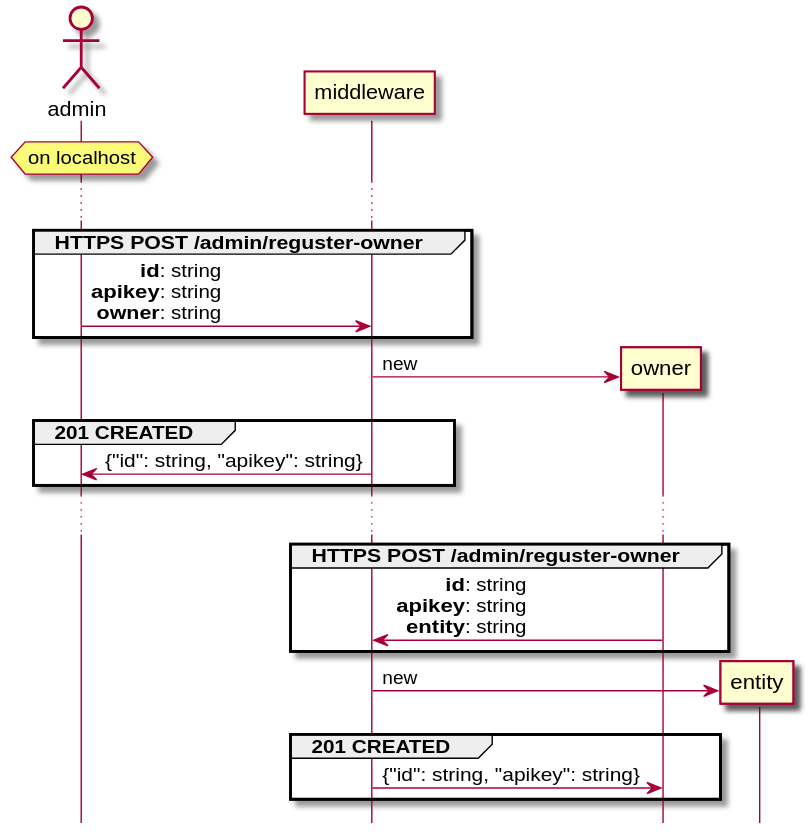
This is DOCS/register.svg from rbccps-iisc/corinthian, a PlantUML export, as it was before one commit.
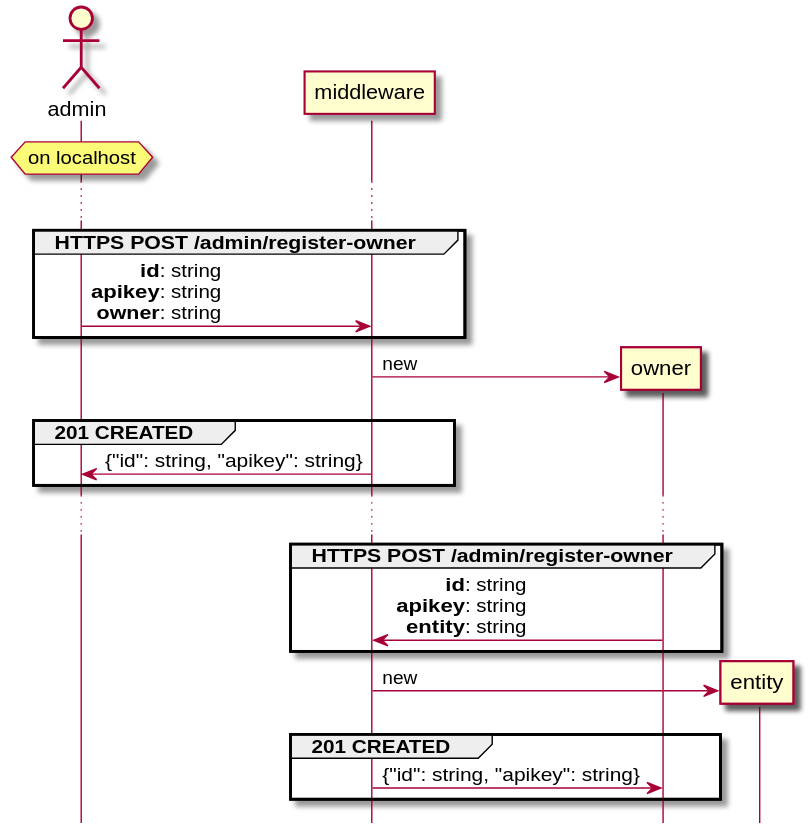
The same file after the commit.

What changed in the source:
```diff
@@ -5,7 +5,7 @@
 hnote over admin : on localhost
 ...
 
-group HTTPS POST /admin/reguster-owner
+group HTTPS POST /admin/register-owner
 admin -> middleware: **id**: string\r**apikey**: string\r**owner**: string
 end
 
@@ -18,7 +18,7 @@
 
 ...
 
-group HTTPS POST /admin/reguster-owner
+group HTTPS POST /admin/register-owner
 
 owner -> middleware: **id**: string\r**apikey**: string\r**entity**: string
 
```
